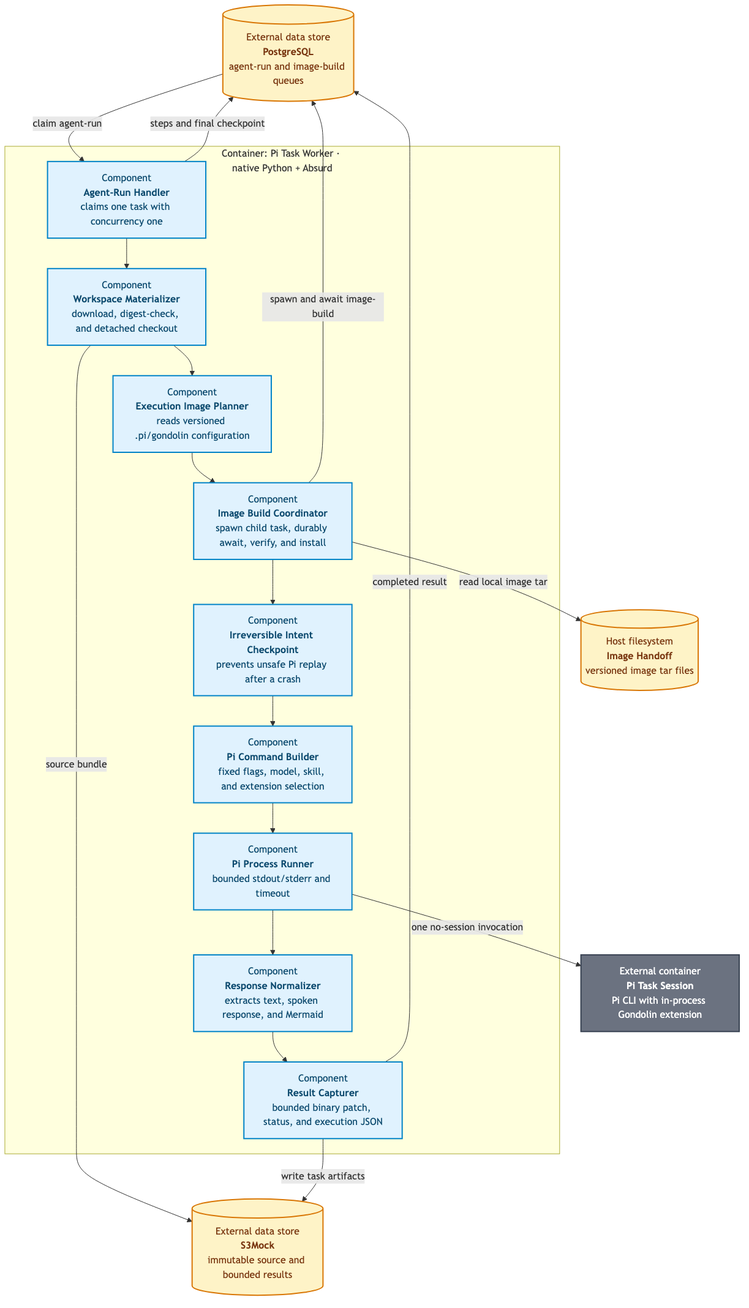
Earlier version of the Mermaid export products/voice-agent/docs/architecture/c3-pi-task-worker.png (ragavsathish/agent-workload-platform). Its source is kept beside it as products/voice-agent/docs/architecture/c3-pi-task-worker.mmd.
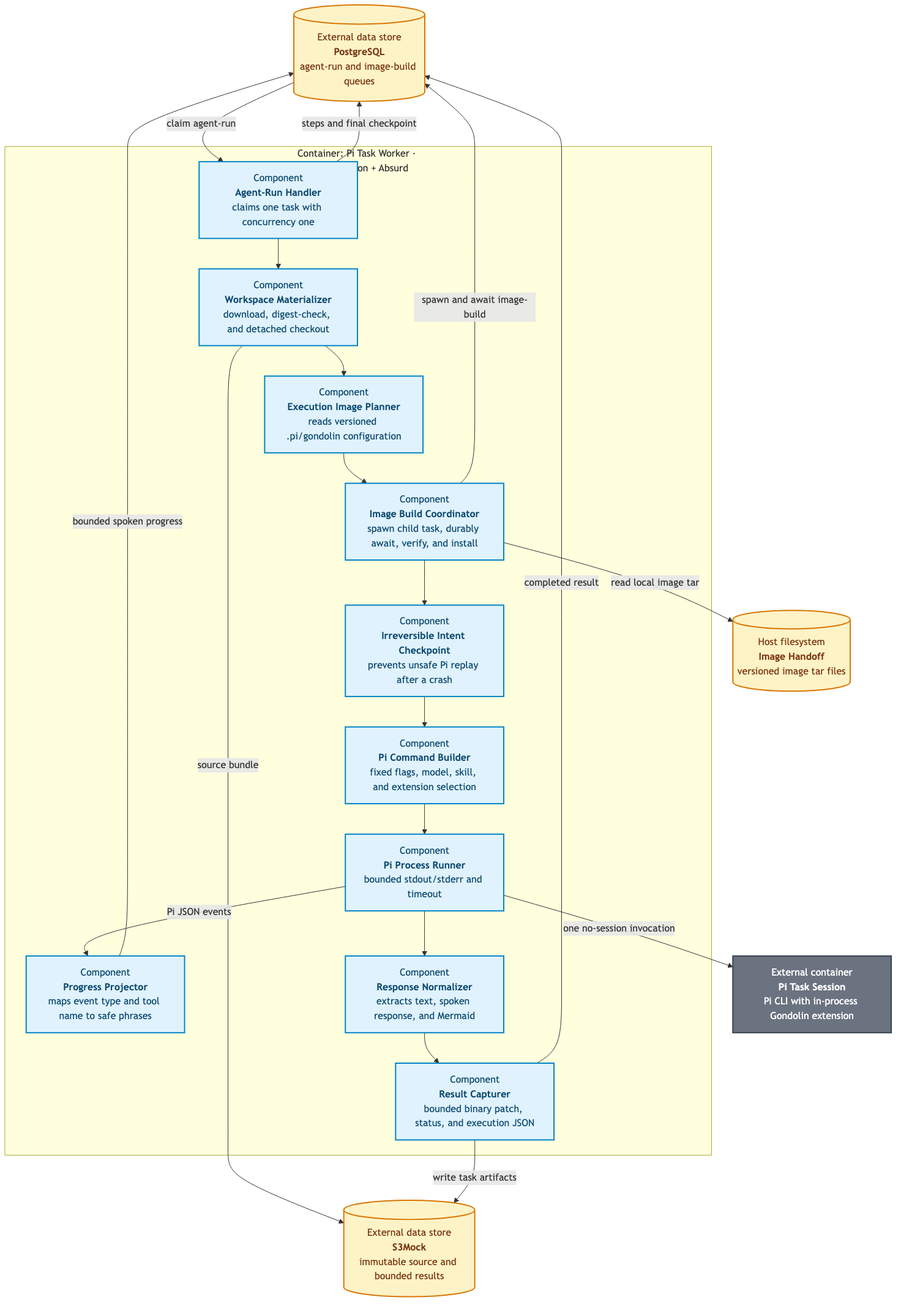
Later version of the same file.

The edit, as a diff of the source:
```diff
@@ -13,6 +13,7 @@
         INTENT["Component<br/><b>Irreversible Intent Checkpoint</b><br/>prevents unsafe Pi replay after a crash"]
         COMMAND["Component<br/><b>Pi Command Builder</b><br/>fixed flags, model, skill, and extension selection"]
         EXECUTE["Component<br/><b>Pi Process Runner</b><br/>bounded stdout/stderr and timeout"]
+        PROGRESS["Component<br/><b>Progress Projector</b><br/>maps event type and tool name to safe phrases"]
         NORMALIZE["Component<br/><b>Response Normalizer</b><br/>extracts text, spoken response, and Mermaid"]
         CAPTURE["Component<br/><b>Result Capturer</b><br/>bounded binary patch, status, and execution JSON"]
 
@@ -25,12 +26,14 @@
     BUILD -->|"spawn and await image-build"| DB
     BUILD -->|"read local image tar"| HANDOFF
     EXECUTE -->|"one no-session invocation"| PI
+    EXECUTE -->|"Pi JSON events"| PROGRESS
+    PROGRESS -->|"bounded spoken progress"| DB
     CAPTURE -->|"write task artifacts"| S3
     CAPTURE -->|"completed result"| DB
 
     classDef component fill:#e0f2fe,color:#0c4a6e,stroke:#0284c7,stroke-width:2px;
     classDef external fill:#6b7280,color:#fff,stroke:#374151,stroke-width:2px;
     classDef data fill:#fef3c7,color:#78350f,stroke:#d97706,stroke-width:2px;
-    class CLAIM,MATERIALIZE,PLAN,BUILD,INTENT,COMMAND,EXECUTE,NORMALIZE,CAPTURE component;
+    class CLAIM,MATERIALIZE,PLAN,BUILD,INTENT,COMMAND,EXECUTE,PROGRESS,NORMALIZE,CAPTURE component;
     class PI,RUNTIME external;
     class DB,S3,HANDOFF data;
```
